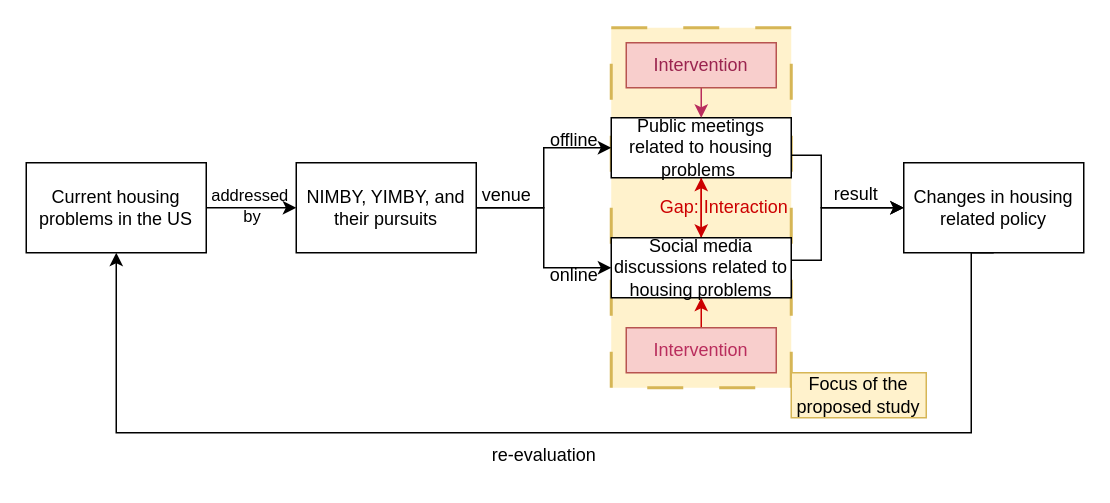
Earlier version of the draw.io diagram Untitled Diagram.drawio (changgge/changgge). Source tidied: cells renumbered, new cells numbered last; positions are measured from the earlier drawing's top-left corner, leaving out a move shared by most shapes. Both pictures are drawn from the tidied source at 150%, with x=0, y=0 at pixel (26, 27).
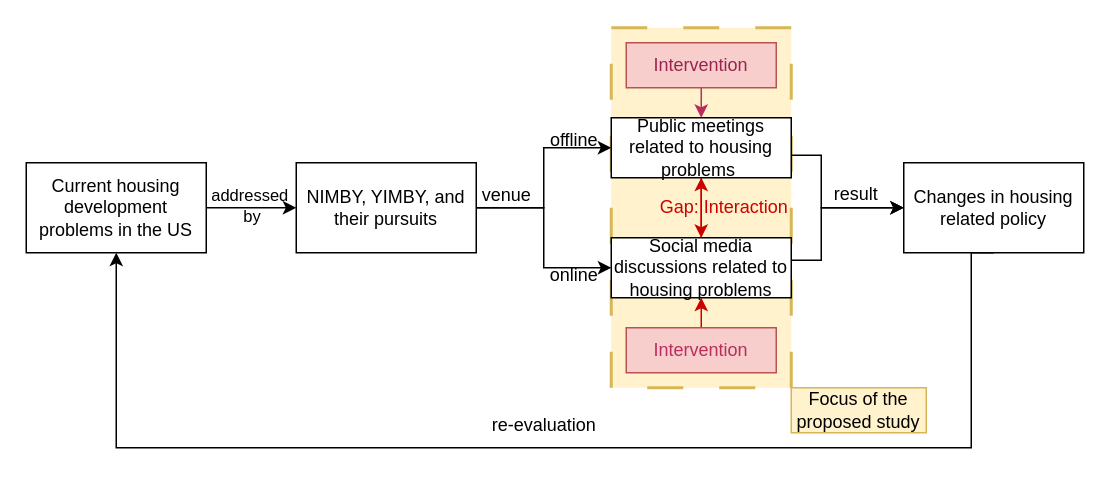
After the change.

The change refers to these unchanged cells:
```xml
<mxCell id="19" value="Changes in housing related policy" style="rounded=0;whiteSpace=wrap;html=1;" parent="1" vertex="1">
  <mxGeometry x="585" y="90" width="120" height="60" as="geometry" />
</mxCell>
```

The edit, as a diff of the source:
```diff
@@
-    <mxCell id="5" value="Current housing problems in the US" style="rounded=0;whiteSpace=wrap;html=1;" parent="1" vertex="1">
+    <mxCell id="5" value="Current housing development problems in the US" style="rounded=0;whiteSpace=wrap;html=1;" parent="1" vertex="1">
       <mxGeometry y="90" width="120" height="60" as="geometry" />
     </mxCell>
@@
     <mxCell id="18" style="edgeStyle=orthogonalEdgeStyle;rounded=0;jettySize=auto;html=1;exitX=0.5;exitY=1;exitDx=0;exitDy=0;entryX=0.5;entryY=1;entryDx=0;entryDy=0;" parent="1" edge="1" source="19" target="5">
       <mxGeometry relative="1" as="geometry">
         <Array as="points">
           <mxPoint x="630" y="150" />
-          <mxPoint x="630" y="270" />
-          <mxPoint x="60" y="270" />
+          <mxPoint x="630" y="280" />
+          <mxPoint x="60" y="280" />
         </Array>
       </mxGeometry>
     </mxCell>
@@
     <mxCell id="24" value="re-evaluation" style="text;html=1;align=center;verticalAlign=middle;strokeColor=none;fillColor=none;" parent="1" vertex="1">
-      <mxGeometry x="300" y="270" width="90" height="30" as="geometry" />
+      <mxGeometry x="300" y="250" width="90" height="30" as="geometry" />
     </mxCell>
@@
     <mxCell id="27" value="Focus of the proposed study" style="rounded=0;whiteSpace=wrap;html=1;fillColor=#fff2cc;strokeColor=#d6b656;" parent="1" vertex="1">
-      <mxGeometry x="510" y="230" width="90" height="30" as="geometry" />
+      <mxGeometry x="510" y="240" width="90" height="30" as="geometry" />
     </mxCell>
```
